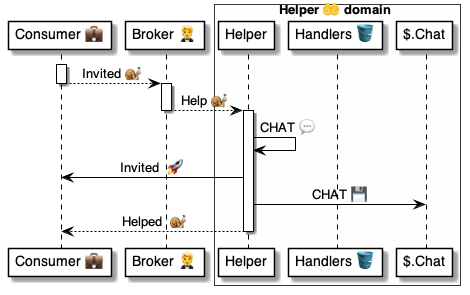
This is 4 ⚙️ Solution/45 🤲 Helper domains/$ Helpers 🤲/🤲📨 Helper msgs/🤵🐌🤲 Invited/🤲 Help ⚙️ uml.png from pollyweb-org/pollyweb-docs, a PlantUML export, as it was before one commit. Its source is kept beside it as 4 ⚙️ Solution/45 🤲 Helper domains/$ Helpers 🤲/🤲📨 Helper msgs/🤵🐌🤲 Invited/🤲 Help ⚙️ uml.puml. The source it was exported from:
```plantuml
@startuml Goodbye

participant "Consumer 💼" as consumer
participant "Broker 🤵" as broker
box Helper 🤲 domain #FFFFFA
    participant "Helper" as script
    participant "Handlers 🪣" as handlers
    participant "$.Chat" as chat
end box


activate consumer
    consumer --> broker: Invited 🐌
deactivate consumer

activate broker
    broker --> script: Help 🐌
deactivate broker

activate script
    script -> script: CHAT 💬
    script -> consumer: Invited  🚀
    script -> chat: CHAT 💾
    script --> consumer: Helped  🐌
deactivate script

@enduml
```
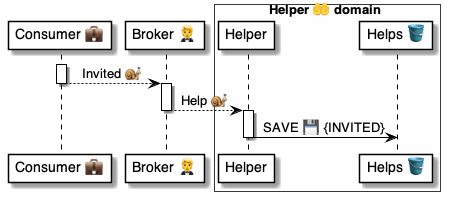
After the change.

What changed in the source:
```diff
@@ -4,8 +4,7 @@
 participant "Broker 🤵" as broker
 box Helper 🤲 domain #FFFFFA
     participant "Helper" as script
-    participant "Handlers 🪣" as handlers
-    participant "$.Chat" as chat
+    participant "Helps 🪣" as table
 end box
 
 
@@ -18,10 +17,7 @@
 deactivate broker
 
 activate script
-    script -> script: CHAT 💬
-    script -> consumer: Invited  🚀
-    script -> chat: CHAT 💾
-    script --> consumer: Helped  🐌
+    script -> table: SAVE 💾 {INVITED}
 deactivate script
 
 @enduml
```
